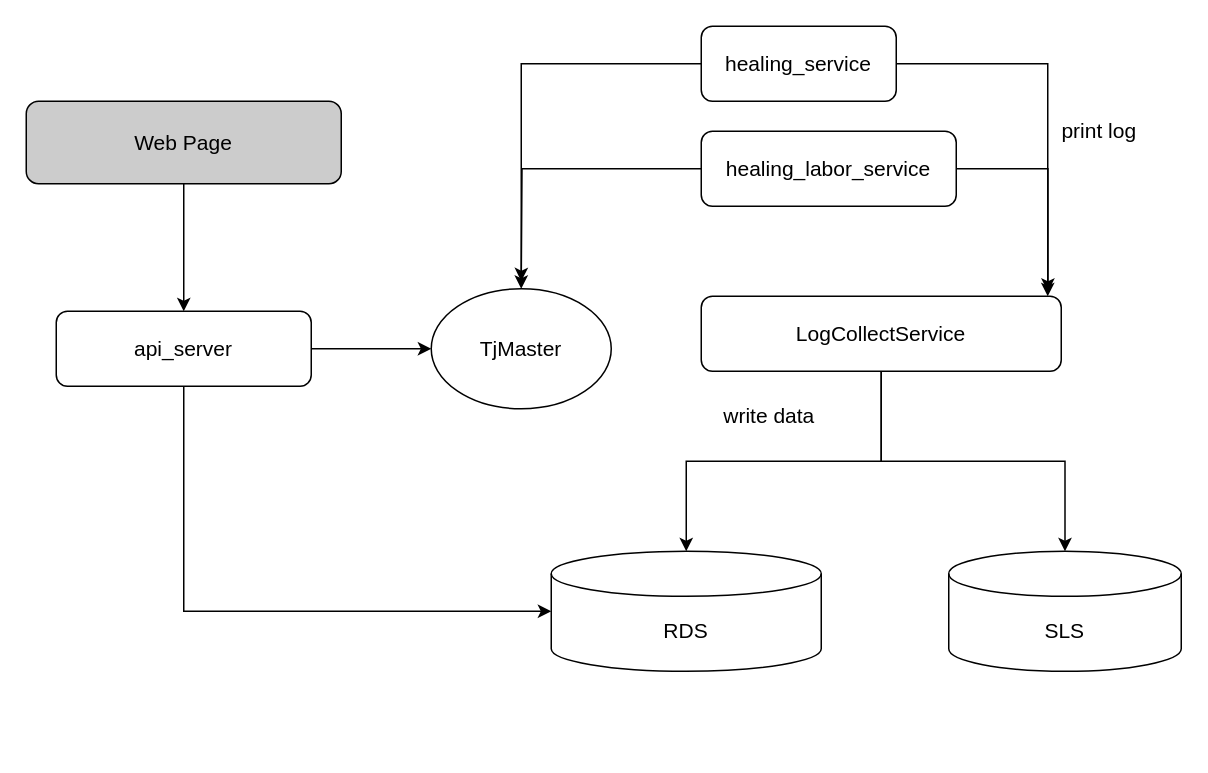
The draw.io diagram 未命名绘图.drawio in HellenWang/12, before the edit. Source tidied: cells renumbered, new cells numbered last; positions are measured from the earlier drawing's top-left corner, leaving out a move shared by most shapes. Both pictures are drawn from the tidied source at 150%, with x=0, y=0 at pixel (26, 26).
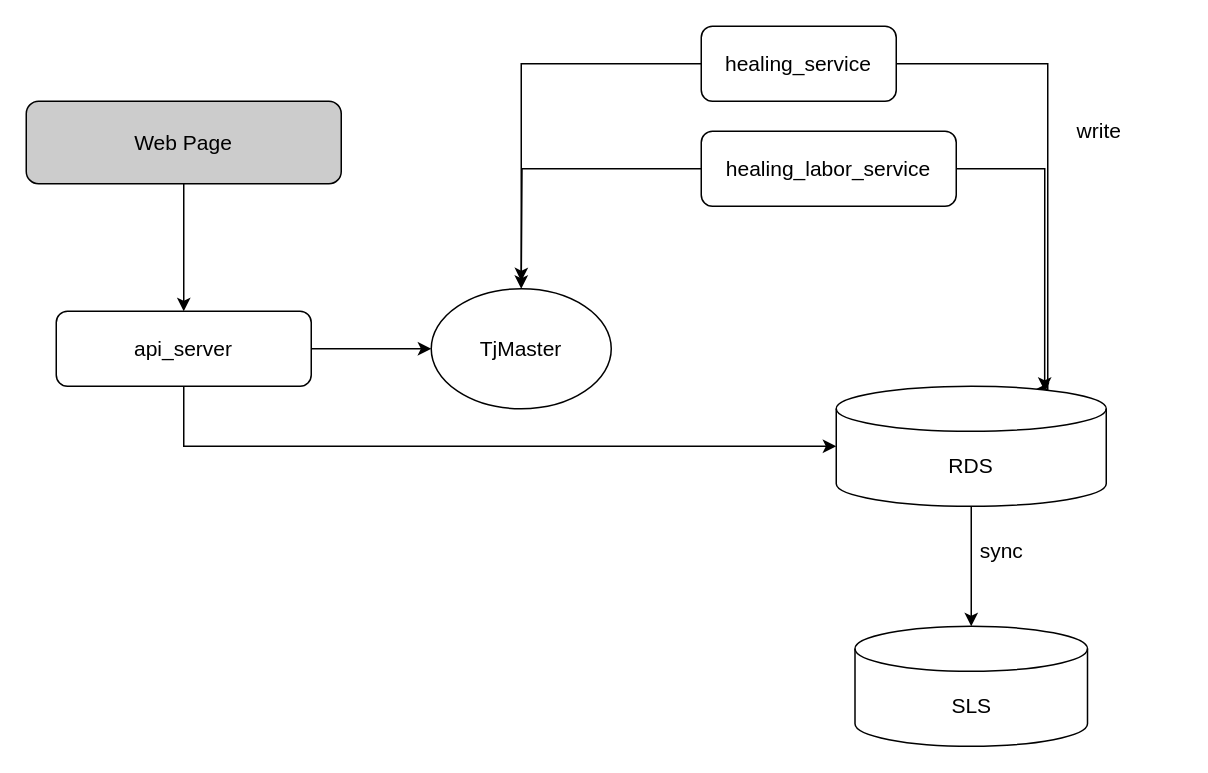
The same diagram, later.

Commit message (it also covers changes not shown here):
更新未命名绘图.drawio

Unchanged cells that the change refers to:
```xml
<mxCell id="4" value="healing_service" style="rounded=1;whiteSpace=wrap;html=1;fontSize=14;" parent="1" vertex="1">
  <mxGeometry x="450" width="130" height="50" as="geometry" />
</mxCell>
<mxCell id="7" value="healing_labor_service" style="rounded=1;whiteSpace=wrap;html=1;fontSize=14;" parent="1" vertex="1">
  <mxGeometry x="450" y="70" width="170" height="50" as="geometry" />
</mxCell>
```

The edit, as a diff of the source:
```diff
@@
-    <mxCell id="2" style="edgeStyle=orthogonalEdgeStyle;rounded=0;jettySize=auto;html=1;fontSize=14;exitX=1;exitY=0.5;exitDx=0;exitDy=0;" parent="1" edge="1" source="4">
+    <mxCell id="2" style="edgeStyle=orthogonalEdgeStyle;rounded=0;jettySize=auto;html=1;fontSize=14;exitX=1;exitY=0.5;exitDx=0;exitDy=0;entryX=0.739;entryY=0.025;entryDx=0;entryDy=0;entryPerimeter=0;" parent="1" edge="1" source="4" target="12">
       <mxGeometry relative="1" as="geometry">
-        <mxPoint x="681" y="180" as="targetPoint" />
         <Array as="points">
           <mxPoint x="681" y="25" />
+          <mxPoint x="681" y="242" />
         </Array>
       </mxGeometry>
     </mxCell>
@@
-    <mxCell id="5" style="edgeStyle=orthogonalEdgeStyle;rounded=0;jettySize=auto;html=1;entryX=0.963;entryY=-0.06;entryDx=0;entryDy=0;entryPerimeter=0;fontSize=14;exitX=1;exitY=0.5;exitDx=0;exitDy=0;" parent="1" edge="1" source="7" target="11">
+    <mxCell id="5" style="edgeStyle=orthogonalEdgeStyle;rounded=0;jettySize=auto;html=1;entryX=0.772;entryY=0.038;entryDx=0;entryDy=0;entryPerimeter=0;fontSize=14;exitX=1;exitY=0.5;exitDx=0;exitDy=0;" parent="1" edge="1" source="7" target="12">
       <mxGeometry relative="1" as="geometry" />
     </mxCell>
@@
     <mxCell id="8" value="SLS" style="shape=cylinder3;whiteSpace=wrap;html=1;boundedLbl=1;backgroundOutline=1;size=15;fontSize=14;" parent="1" vertex="1">
-      <mxGeometry x="615" y="350" width="155" height="80" as="geometry" />
+      <mxGeometry x="552.5" y="400" width="155" height="80" as="geometry" />
     </mxCell>
-    <mxCell id="9" style="edgeStyle=orthogonalEdgeStyle;rounded=0;jettySize=auto;html=1;fontSize=14;" parent="1" edge="1" source="11" target="12">
-      <mxGeometry relative="1" as="geometry" />
-    </mxCell>
-    <mxCell id="10" style="edgeStyle=orthogonalEdgeStyle;rounded=0;jettySize=auto;html=1;fontSize=14;" parent="1" edge="1" source="11" target="8">
-      <mxGeometry relative="1" as="geometry" />
-    </mxCell>
-    <mxCell id="11" value="LogCollectService" style="rounded=1;whiteSpace=wrap;html=1;fontSize=14;" parent="1" vertex="1">
-      <mxGeometry x="450" y="180" width="240" height="50" as="geometry" />
-    </mxCell>
+    <mxCell id="21" style="edgeStyle=orthogonalEdgeStyle;rounded=0;jettySize=auto;html=1;entryX=0.5;entryY=0;entryDx=0;entryDy=0;entryPerimeter=0;fontSize=14;" parent="1" edge="1" source="12" target="8">
+      <mxGeometry relative="1" as="geometry" />
+    </mxCell>
     <mxCell id="12" value="RDS" style="shape=cylinder3;whiteSpace=wrap;html=1;boundedLbl=1;backgroundOutline=1;size=15;fontSize=14;" parent="1" vertex="1">
-      <mxGeometry x="350" y="350" width="180" height="80" as="geometry" />
+      <mxGeometry x="540" y="240" width="180" height="80" as="geometry" />
     </mxCell>
-    <mxCell id="13" value="print log" style="text;html=1;align=center;verticalAlign=middle;fontSize=14;" parent="1" vertex="1">
-      <mxGeometry x="680" y="60" width="70" height="20" as="geometry" />
+    <mxCell id="13" value="write" style="text;html=1;align=center;verticalAlign=middle;fontSize=14;" parent="1" vertex="1">
+      <mxGeometry x="690" y="60" width="50" height="20" as="geometry" />
     </mxCell>
-    <mxCell id="14" value="write data" style="text;html=1;align=center;verticalAlign=middle;fontSize=14;" parent="1" vertex="1">
-      <mxGeometry x="455" y="250" width="80" height="20" as="geometry" />
-    </mxCell>
@@
+    <mxCell id="22" value="sync" style="text;html=1;align=center;verticalAlign=middle;fontSize=14;" parent="1" vertex="1">
+      <mxGeometry x="630" y="340" width="40" height="20" as="geometry" />
+    </mxCell>
```
